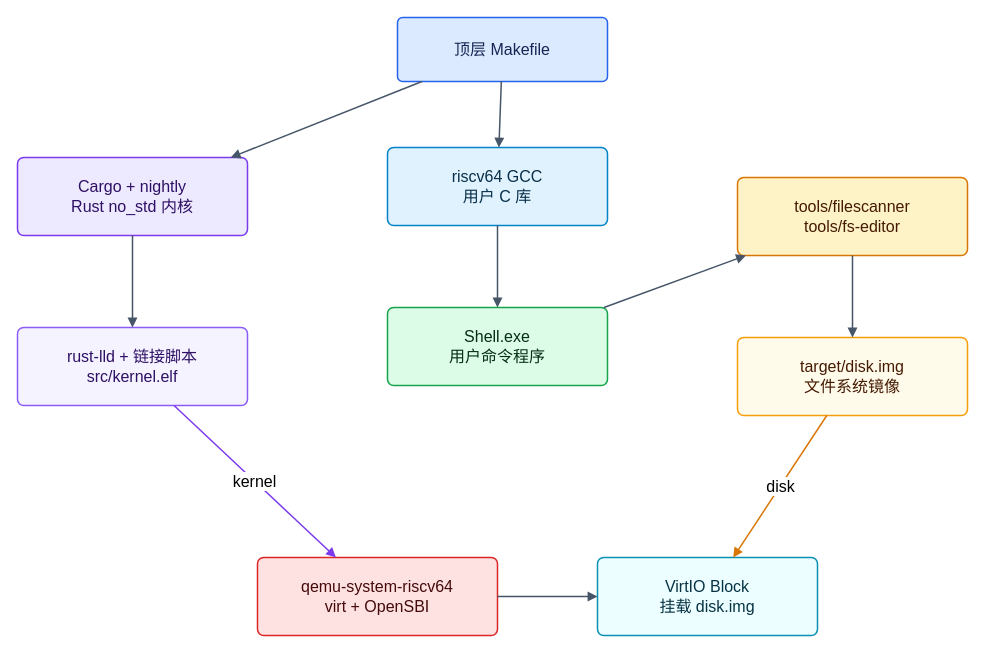
The draw.io diagram figures/build-pipeline.drawio in greatbridf/Thesis, before the edit. Source tidied: cells renumbered, new cells numbered last; positions are measured from the earlier drawing's top-left corner, leaving out a move shared by most shapes. Both pictures are drawn from the tidied source at 100%, with x=0, y=0 at pixel (17, 17).
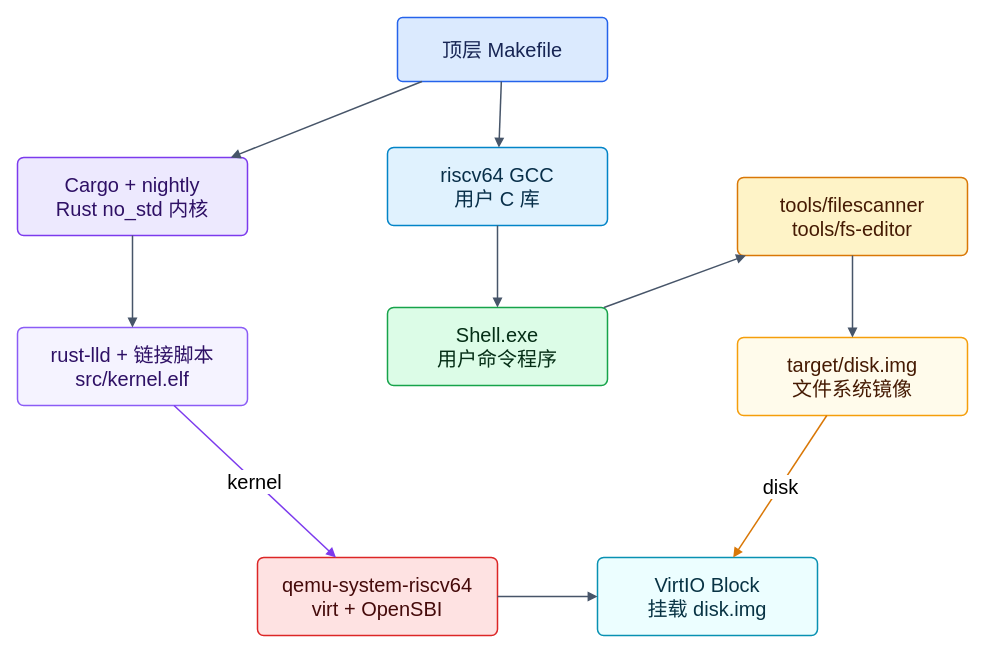
The same diagram, later.

Diff of the diagram source:
```diff
@@
 <mxGraphModel>
   <root>
     <mxCell id="0" />
     <mxCell id="1" parent="0" />
-    <mxCell id="2" value="顶层 Makefile" style="rounded=1;whiteSpace=wrap;html=1;fillColor=#dbeafe;strokeColor=#2563eb;fontColor=#172554;arcSize=8;strokeWidth=1.5;fontSize=16;" parent="1" vertex="1">
+    <mxCell id="2" value="顶层 Makefile" style="rounded=1;whiteSpace=wrap;html=1;fillColor=#dbeafe;strokeColor=#2563eb;fontColor=#172554;arcSize=8;strokeWidth=1.5;fontSize=20;" parent="1" vertex="1">
       <mxGeometry x="380" width="210" height="64" as="geometry" />
     </mxCell>
-    <mxCell id="3" value="Cargo + nightly&lt;br&gt;Rust no_std 内核" style="rounded=1;whiteSpace=wrap;html=1;fillColor=#ede9fe;strokeColor=#7c3aed;fontColor=#2e1065;arcSize=8;strokeWidth=1.5;fontSize=16;" parent="1" vertex="1">
+    <mxCell id="3" value="Cargo + nightly&lt;br&gt;Rust no_std 内核" style="rounded=1;whiteSpace=wrap;html=1;fillColor=#ede9fe;strokeColor=#7c3aed;fontColor=#2e1065;arcSize=8;strokeWidth=1.5;fontSize=20;" parent="1" vertex="1">
       <mxGeometry y="140" width="230" height="78" as="geometry" />
     </mxCell>
-    <mxCell id="4" value="rust-lld + 链接脚本&lt;br&gt;src/kernel.elf" style="rounded=1;whiteSpace=wrap;html=1;fillColor=#f5f3ff;strokeColor=#8b5cf6;fontColor=#2e1065;arcSize=8;strokeWidth=1.5;fontSize=16;" parent="1" vertex="1">
+    <mxCell id="4" value="rust-lld + 链接脚本&lt;br&gt;src/kernel.elf" style="rounded=1;whiteSpace=wrap;html=1;fillColor=#f5f3ff;strokeColor=#8b5cf6;fontColor=#2e1065;arcSize=8;strokeWidth=1.5;fontSize=20;" parent="1" vertex="1">
       <mxGeometry y="310" width="230" height="78" as="geometry" />
     </mxCell>
-    <mxCell id="5" value="riscv64 GCC&lt;br&gt;用户 C 库" style="rounded=1;whiteSpace=wrap;html=1;fillColor=#e0f2fe;strokeColor=#0284c7;fontColor=#082f49;arcSize=8;strokeWidth=1.5;fontSize=16;" parent="1" vertex="1">
+    <mxCell id="5" value="riscv64 GCC&lt;br&gt;用户 C 库" style="rounded=1;whiteSpace=wrap;html=1;fillColor=#e0f2fe;strokeColor=#0284c7;fontColor=#082f49;arcSize=8;strokeWidth=1.5;fontSize=20;" parent="1" vertex="1">
       <mxGeometry x="370" y="130" width="220" height="78" as="geometry" />
     </mxCell>
-    <mxCell id="6" value="Shell.exe&lt;br&gt;用户命令程序" style="rounded=1;whiteSpace=wrap;html=1;fillColor=#dcfce7;strokeColor=#16a34a;fontColor=#052e16;arcSize=8;strokeWidth=1.5;fontSize=16;" parent="1" vertex="1">
+    <mxCell id="6" value="Shell.exe&lt;br&gt;用户命令程序" style="rounded=1;whiteSpace=wrap;html=1;fillColor=#dcfce7;strokeColor=#16a34a;fontColor=#052e16;arcSize=8;strokeWidth=1.5;fontSize=20;" parent="1" vertex="1">
       <mxGeometry x="370" y="290" width="220" height="78" as="geometry" />
     </mxCell>
-    <mxCell id="7" value="tools/filescanner&lt;br&gt;tools/fs-editor" style="rounded=1;whiteSpace=wrap;html=1;fillColor=#fef3c7;strokeColor=#d97706;fontColor=#451a03;arcSize=8;strokeWidth=1.5;fontSize=16;" parent="1" vertex="1">
+    <mxCell id="7" value="tools/filescanner&lt;br&gt;tools/fs-editor" style="rounded=1;whiteSpace=wrap;html=1;fillColor=#fef3c7;strokeColor=#d97706;fontColor=#451a03;arcSize=8;strokeWidth=1.5;fontSize=20;" parent="1" vertex="1">
       <mxGeometry x="720" y="160" width="230" height="78" as="geometry" />
     </mxCell>
-    <mxCell id="8" value="target/disk.img&lt;br&gt;文件系统镜像" style="rounded=1;whiteSpace=wrap;html=1;fillColor=#fffbeb;strokeColor=#f59e0b;fontColor=#451a03;arcSize=8;strokeWidth=1.5;fontSize=16;" parent="1" vertex="1">
+    <mxCell id="8" value="target/disk.img&lt;br&gt;文件系统镜像" style="rounded=1;whiteSpace=wrap;html=1;fillColor=#fffbeb;strokeColor=#f59e0b;fontColor=#451a03;arcSize=8;strokeWidth=1.5;fontSize=20;" parent="1" vertex="1">
       <mxGeometry x="720" y="320" width="230" height="78" as="geometry" />
     </mxCell>
-    <mxCell id="9" value="qemu-system-riscv64&lt;br&gt;virt + OpenSBI" style="rounded=1;whiteSpace=wrap;html=1;fillColor=#fee2e2;strokeColor=#dc2626;fontColor=#450a0a;arcSize=8;strokeWidth=1.5;fontSize=16;" parent="1" vertex="1">
+    <mxCell id="9" value="qemu-system-riscv64&lt;br&gt;virt + OpenSBI" style="rounded=1;whiteSpace=wrap;html=1;fillColor=#fee2e2;strokeColor=#dc2626;fontColor=#450a0a;arcSize=8;strokeWidth=1.5;fontSize=20;" parent="1" vertex="1">
       <mxGeometry x="240" y="540" width="240" height="78" as="geometry" />
     </mxCell>
-    <mxCell id="10" value="VirtIO Block&lt;br&gt;挂载 disk.img" style="rounded=1;whiteSpace=wrap;html=1;fillColor=#ecfeff;strokeColor=#0891b2;fontColor=#083344;arcSize=8;strokeWidth=1.5;fontSize=16;" parent="1" vertex="1">
+    <mxCell id="10" value="VirtIO Block&lt;br&gt;挂载 disk.img" style="rounded=1;whiteSpace=wrap;html=1;fillColor=#ecfeff;strokeColor=#0891b2;fontColor=#083344;arcSize=8;strokeWidth=1.5;fontSize=20;" parent="1" vertex="1">
       <mxGeometry x="580" y="540" width="220" height="78" as="geometry" />
     </mxCell>
     <mxCell id="11" style="endArrow=block;html=1;strokeColor=#475569;strokeWidth=1.5;" parent="1" edge="1" source="2" target="3">
       <mxGeometry relative="1" as="geometry" />
     </mxCell>
     <mxCell id="12" style="endArrow=block;html=1;strokeColor=#475569;strokeWidth=1.5;" parent="1" edge="1" source="3" target="4">
       <mxGeometry relative="1" as="geometry" />
     </mxCell>
     <mxCell id="13" style="endArrow=block;html=1;strokeColor=#475569;strokeWidth=1.5;" parent="1" edge="1" source="2" target="5">
       <mxGeometry relative="1" as="geometry" />
     </mxCell>
     <mxCell id="14" style="endArrow=block;html=1;strokeColor=#475569;strokeWidth=1.5;" parent="1" edge="1" source="5" target="6">
       <mxGeometry relative="1" as="geometry" />
     </mxCell>
     <mxCell id="15" style="endArrow=block;html=1;strokeColor=#475569;strokeWidth=1.5;" parent="1" edge="1" source="6" target="7">
       <mxGeometry relative="1" as="geometry" />
     </mxCell>
     <mxCell id="16" style="endArrow=block;html=1;strokeColor=#475569;strokeWidth=1.5;" parent="1" edge="1" source="7" target="8">
       <mxGeometry relative="1" as="geometry" />
     </mxCell>
-    <mxCell id="17" value="kernel" style="endArrow=block;html=1;strokeColor=#7c3aed;strokeWidth=1.5;fontSize=16;" parent="1" edge="1" source="4" target="9">
+    <mxCell id="17" value="kernel" style="endArrow=block;html=1;strokeColor=#7c3aed;strokeWidth=1.5;fontSize=20;" parent="1" edge="1" source="4" target="9">
       <mxGeometry relative="1" as="geometry" />
     </mxCell>
-    <mxCell id="18" value="disk" style="endArrow=block;html=1;strokeColor=#d97706;strokeWidth=1.5;fontSize=16;" parent="1" edge="1" source="8" target="10">
+    <mxCell id="18" value="disk" style="endArrow=block;html=1;strokeColor=#d97706;strokeWidth=1.5;fontSize=20;" parent="1" edge="1" source="8" target="10">
       <mxGeometry relative="1" as="geometry" />
     </mxCell>
     <mxCell id="19" style="endArrow=block;html=1;strokeColor=#475569;strokeWidth=1.5;" parent="1" edge="1" source="9" target="10">
       <mxGeometry relative="1" as="geometry" />
     </mxCell>
   </root>
 </mxGraphModel>
```
